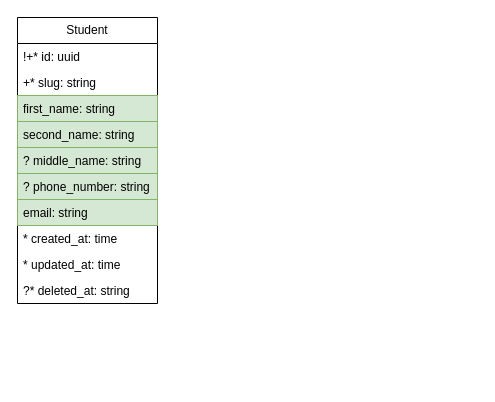
Before: page "Student" (6 of 8) of docs/entity_relationship.drawio in IrusHunter/duckademic, a draw.io diagram. Source tidied: cells renumbered, new cells numbered last; positions are measured from the earlier drawing's top-left corner, leaving out a move shared by most shapes. Both pictures are drawn from the tidied source at 100%, with x=0, y=0 at pixel (17, 17).
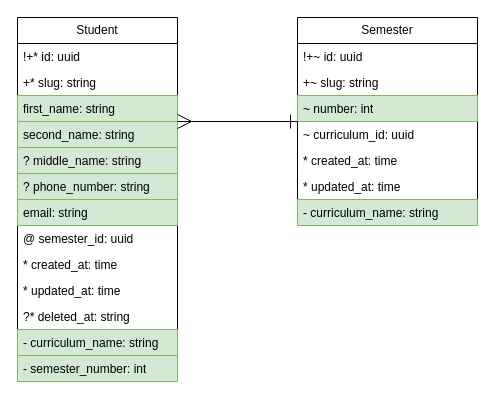
The same diagram, later.

What changed in the source:
```diff
@@
     <mxCell id="2" value="Student" style="swimlane;fontStyle=0;horizontal=1;startSize=26;fillColor=none;whiteSpace=wrap;html=1;" parent="1" vertex="1">
-      <mxGeometry width="140" height="286" as="geometry" />
+      <mxGeometry width="160" height="364" as="geometry" />
     </mxCell>
     <mxCell id="3" value="!+* id: uuid" style="text;strokeColor=none;fillColor=none;align=left;verticalAlign=top;spacingLeft=4;spacingRight=4;overflow=hidden;whiteSpace=wrap;html=1;" parent="2" vertex="1">
-      <mxGeometry y="26" width="140" height="26" as="geometry" />
+      <mxGeometry y="26" width="160" height="26" as="geometry" />
     </mxCell>
     <mxCell id="4" value="+* slug: string" style="text;strokeColor=none;fillColor=none;align=left;verticalAlign=top;spacingLeft=4;spacingRight=4;overflow=hidden;whiteSpace=wrap;html=1;" parent="2" vertex="1">
-      <mxGeometry y="52" width="140" height="26" as="geometry" />
+      <mxGeometry y="52" width="160" height="26" as="geometry" />
     </mxCell>
     <mxCell id="5" value="first_name: string" style="text;strokeColor=#82b366;fillColor=#d5e8d4;align=left;verticalAlign=top;spacingLeft=4;spacingRight=4;overflow=hidden;whiteSpace=wrap;html=1;" parent="2" vertex="1">
-      <mxGeometry y="78" width="140" height="26" as="geometry" />
+      <mxGeometry y="78" width="160" height="26" as="geometry" />
     </mxCell>
     <mxCell id="6" value="second_name: string" style="text;strokeColor=#82b366;fillColor=#d5e8d4;align=left;verticalAlign=top;spacingLeft=4;spacingRight=4;overflow=hidden;whiteSpace=wrap;html=1;" parent="2" vertex="1">
-      <mxGeometry y="104" width="140" height="26" as="geometry" />
+      <mxGeometry y="104" width="160" height="26" as="geometry" />
     </mxCell>
     <mxCell id="7" value="? middle_name: string" style="text;strokeColor=#82b366;fillColor=#d5e8d4;align=left;verticalAlign=top;spacingLeft=4;spacingRight=4;overflow=hidden;whiteSpace=wrap;html=1;" parent="2" vertex="1">
-      <mxGeometry y="130" width="140" height="26" as="geometry" />
+      <mxGeometry y="130" width="160" height="26" as="geometry" />
     </mxCell>
     <mxCell id="8" value="? phone_number: string" style="text;strokeColor=#82b366;fillColor=#d5e8d4;align=left;verticalAlign=top;spacingLeft=4;spacingRight=4;overflow=hidden;whiteSpace=wrap;html=1;" parent="2" vertex="1">
-      <mxGeometry y="156" width="140" height="26" as="geometry" />
+      <mxGeometry y="156" width="160" height="26" as="geometry" />
     </mxCell>
     <mxCell id="9" value="email: string" style="text;strokeColor=#82b366;fillColor=#d5e8d4;align=left;verticalAlign=top;spacingLeft=4;spacingRight=4;overflow=hidden;whiteSpace=wrap;html=1;" parent="2" vertex="1">
-      <mxGeometry y="182" width="140" height="26" as="geometry" />
+      <mxGeometry y="182" width="160" height="26" as="geometry" />
     </mxCell>
+    <mxCell id="13" value="@ semester_id: uuid" style="text;align=left;verticalAlign=top;spacingLeft=4;spacingRight=4;overflow=hidden;whiteSpace=wrap;html=1;" parent="2" vertex="1">
+      <mxGeometry y="208" width="160" height="26" as="geometry" />
+    </mxCell>
     <mxCell id="10" value="* created_at: time" style="text;strokeColor=none;fillColor=none;align=left;verticalAlign=top;spacingLeft=4;spacingRight=4;overflow=hidden;whiteSpace=wrap;html=1;" parent="2" vertex="1">
-      <mxGeometry y="208" width="140" height="26" as="geometry" />
+      <mxGeometry y="234" width="160" height="26" as="geometry" />
     </mxCell>
     <mxCell id="11" value="* updated_at: time" style="text;strokeColor=none;fillColor=none;align=left;verticalAlign=top;spacingLeft=4;spacingRight=4;overflow=hidden;whiteSpace=wrap;html=1;" parent="2" vertex="1">
-      <mxGeometry y="234" width="140" height="26" as="geometry" />
+      <mxGeometry y="260" width="160" height="26" as="geometry" />
     </mxCell>
     <mxCell id="12" value="?* deleted_at: string" style="text;strokeColor=none;fillColor=none;align=left;verticalAlign=top;spacingLeft=4;spacingRight=4;overflow=hidden;whiteSpace=wrap;html=1;" parent="2" vertex="1">
-      <mxGeometry y="260" width="140" height="26" as="geometry" />
+      <mxGeometry y="286" width="160" height="26" as="geometry" />
     </mxCell>
+    <mxCell id="14" value="- curriculum_name: string" style="text;strokeColor=#82b366;fillColor=#d5e8d4;align=left;verticalAlign=top;spacingLeft=4;spacingRight=4;overflow=hidden;whiteSpace=wrap;html=1;" parent="2" vertex="1">
+      <mxGeometry y="312" width="160" height="26" as="geometry" />
+    </mxCell>
+    <mxCell id="15" value="- semester_number: int" style="text;strokeColor=#82b366;fillColor=#d5e8d4;align=left;verticalAlign=top;spacingLeft=4;spacingRight=4;overflow=hidden;whiteSpace=wrap;html=1;" parent="2" vertex="1">
+      <mxGeometry y="338" width="160" height="26" as="geometry" />
+    </mxCell>
+    <mxCell id="16" value="Semester" style="swimlane;fontStyle=0;horizontal=1;startSize=26;fillColor=none;whiteSpace=wrap;html=1;" parent="1" vertex="1">
+      <mxGeometry x="280" width="180" height="208" as="geometry" />
+    </mxCell>
+    <mxCell id="17" value="!+~ id: uuid" style="text;strokeColor=none;fillColor=none;align=left;verticalAlign=top;spacingLeft=4;spacingRight=4;overflow=hidden;whiteSpace=wrap;html=1;" parent="16" vertex="1">
+      <mxGeometry y="26" width="180" height="26" as="geometry" />
+    </mxCell>
+    <mxCell id="18" value="+~ slug: string" style="text;strokeColor=none;fillColor=none;align=left;verticalAlign=top;spacingLeft=4;spacingRight=4;overflow=hidden;whiteSpace=wrap;html=1;" parent="16" vertex="1">
+      <mxGeometry y="52" width="180" height="26" as="geometry" />
+    </mxCell>
+    <mxCell id="19" value="~ number: int" style="text;strokeColor=#82b366;fillColor=#d5e8d4;align=left;verticalAlign=top;spacingLeft=4;spacingRight=4;overflow=hidden;whiteSpace=wrap;html=1;" parent="16" vertex="1">
+      <mxGeometry y="78" width="180" height="26" as="geometry" />
+    </mxCell>
+    <mxCell id="20" value="~ curriculum_id: uuid" style="text;align=left;verticalAlign=top;spacingLeft=4;spacingRight=4;overflow=hidden;whiteSpace=wrap;html=1;" parent="16" vertex="1">
+      <mxGeometry y="104" width="180" height="26" as="geometry" />
+    </mxCell>
+    <mxCell id="21" value="* created_at: time" style="text;strokeColor=none;fillColor=none;align=left;verticalAlign=top;spacingLeft=4;spacingRight=4;overflow=hidden;whiteSpace=wrap;html=1;" parent="16" vertex="1">
+      <mxGeometry y="130" width="180" height="26" as="geometry" />
+    </mxCell>
+    <mxCell id="22" value="* updated_at: time" style="text;strokeColor=none;fillColor=none;align=left;verticalAlign=top;spacingLeft=4;spacingRight=4;overflow=hidden;whiteSpace=wrap;html=1;" parent="16" vertex="1">
+      <mxGeometry y="156" width="180" height="26" as="geometry" />
+    </mxCell>
+    <mxCell id="23" value="- curriculum_name: string" style="text;strokeColor=#82b366;fillColor=#d5e8d4;align=left;verticalAlign=top;spacingLeft=4;spacingRight=4;overflow=hidden;whiteSpace=wrap;html=1;" parent="16" vertex="1">
+      <mxGeometry y="182" width="180" height="26" as="geometry" />
+    </mxCell>
+    <mxCell id="24" style="edgeStyle=orthogonalEdgeStyle;html=1;startArrow=ERone;startFill=0;endArrow=ERmany;endFill=0;endSize=12;startSize=12;strokeWidth=1;rounded=0;curved=0;jumpStyle=line;" parent="1" edge="1" source="16" target="2">
+      <mxGeometry relative="1" as="geometry">
+        <Array as="points">
+          <mxPoint x="210" y="104" />
+          <mxPoint x="210" y="104" />
+        </Array>
+      </mxGeometry>
+    </mxCell>
```
